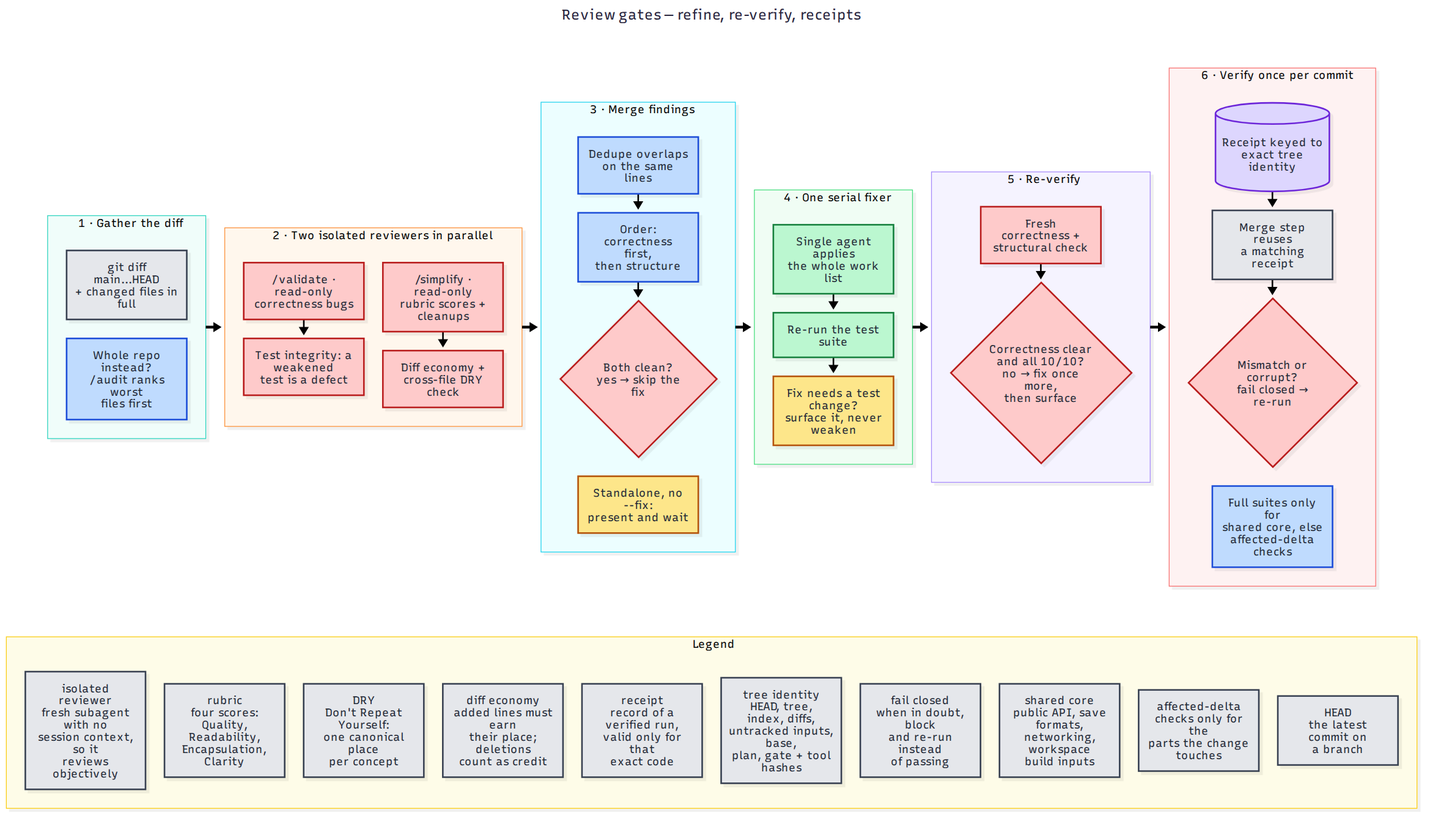
Above: docs/diagrams/generated/review-gates.png in victusfate/scaffold (Mermaid), before the change. Its source is kept beside it as docs/diagrams/src/review-gates.mmd.
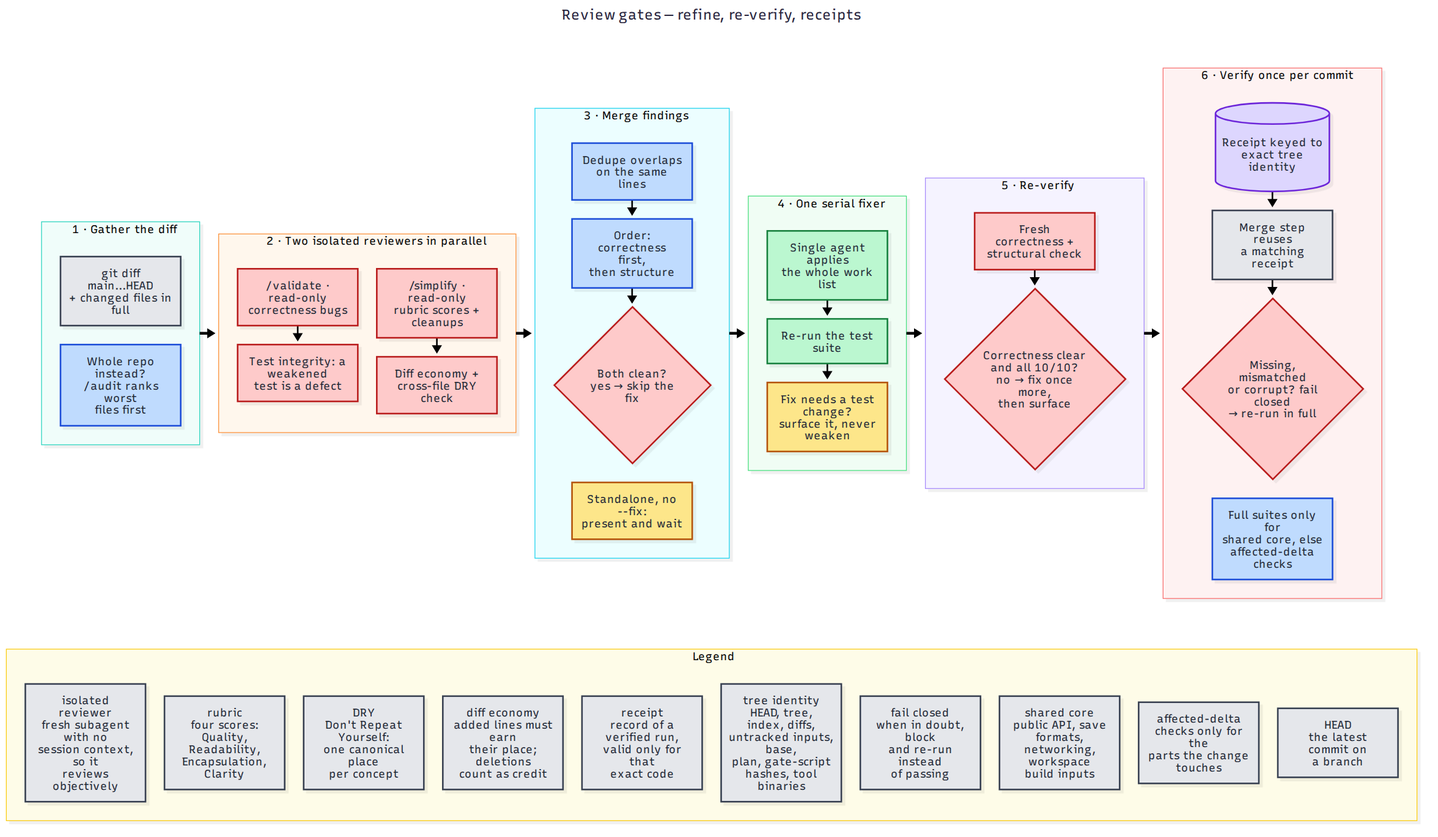
Later version of the same file.

The edit, as a diff of the source:
```diff
@@ -59,7 +59,7 @@
     direction TB
     E1[("Receipt keyed to<br/>exact tree identity")]:::state
     E2["Merge step reuses<br/>a matching receipt"]:::git
-    E3{"Mismatch or corrupt?<br/>fail closed → re-run"}:::gate
+    E3{"Missing, mismatched<br/>or corrupt? fail closed<br/>→ re-run in full"}:::gate
     E4["Full suites only for<br/>shared core, else<br/>affected-delta checks"]:::orch
     E1 --> E2 --> E3
     E3 ~~~ E4
@@ -76,7 +76,7 @@
     L3["DRY<br/>Don't Repeat Yourself:<br/>one canonical place<br/>per concept"]:::git
     L4["diff economy<br/>added lines must earn<br/>their place; deletions<br/>count as credit"]:::git
     L5["receipt<br/>record of a verified run,<br/>valid only for that<br/>exact code"]:::git
-    L6["tree identity<br/>HEAD, tree, index, diffs,<br/>untracked inputs, base,<br/>plan, gate + tool hashes"]:::git
+    L6["tree identity<br/>HEAD, tree, index, diffs,<br/>untracked inputs, base,<br/>plan, gate-script<br/>hashes, tool binaries"]:::git
     L7["fail closed<br/>when in doubt, block<br/>and re-run instead<br/>of passing"]:::git
     L8["shared core<br/>public API, save formats,<br/>networking, workspace<br/>build inputs"]:::git
     L9["affected-delta<br/>checks only for the<br/>parts the change<br/>touches"]:::git
```
